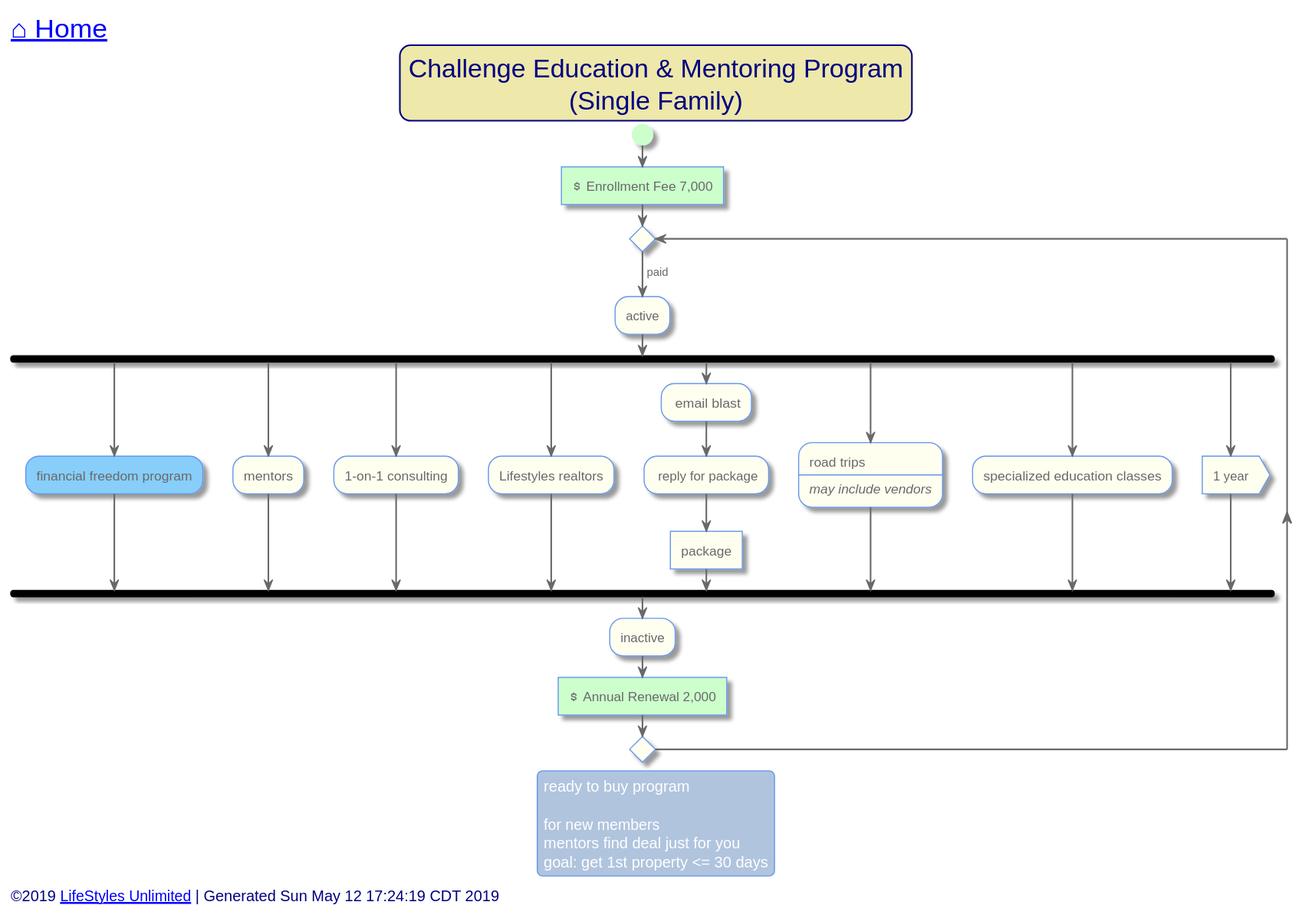
This is out/src/single-family/challenge-program.svg from toddmo/lifestylesunlimited, a PlantUML export, as it was before one commit.
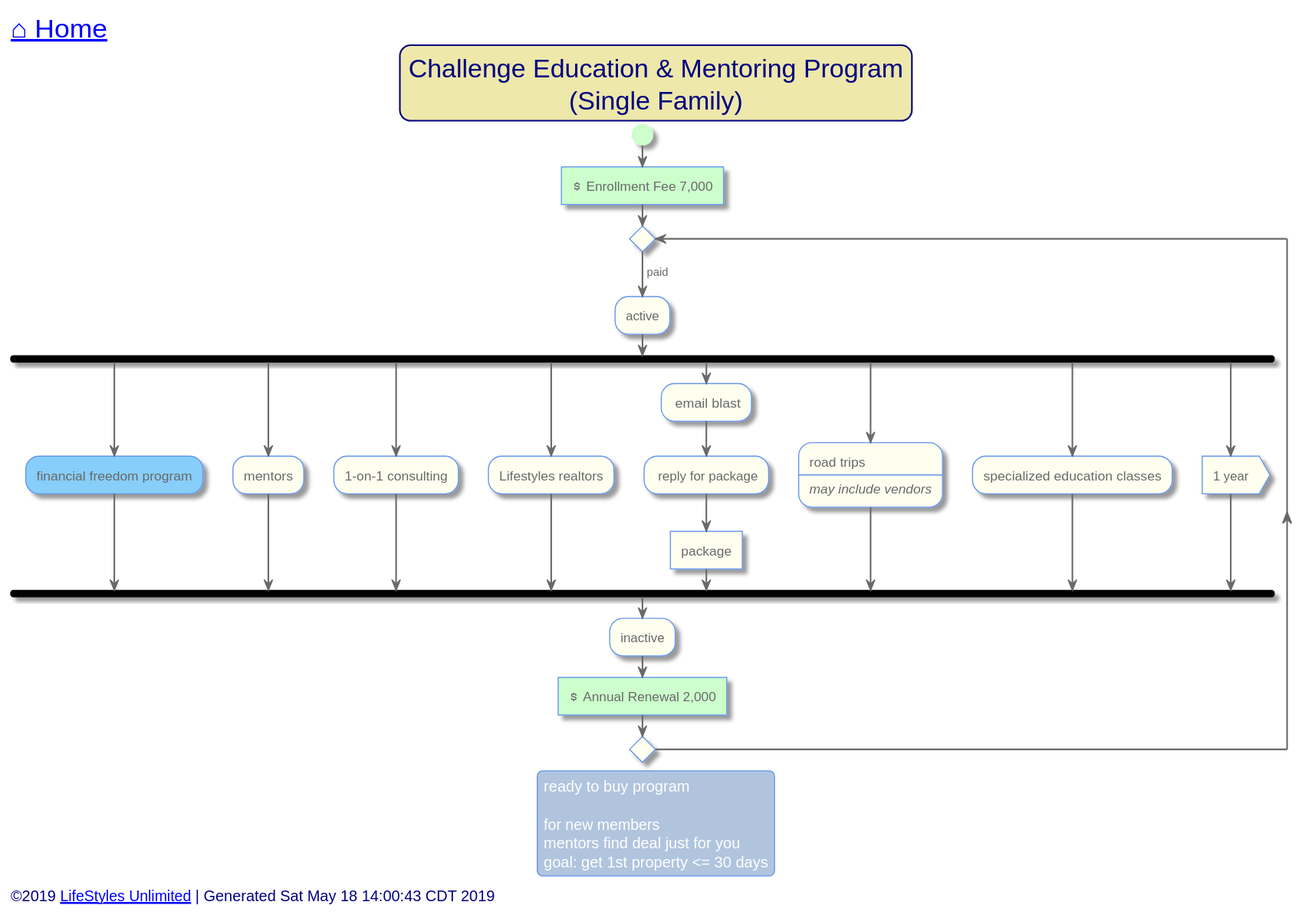
Later version of the same file.

What changed in the source:
```diff
@@ -127,7 +127,7 @@
 
 
 left footer
-	<font size=14>©2019 [[http://www.lifestylesunlimited.com LifeStyles Unlimited]] | Generated Sun May 12 17:24:19 CDT 2019</font>
+	<font size=14>©2019 [[http://www.lifestylesunlimited.com LifeStyles Unlimited]] | Generated Sat May 18 14:00:43 CDT 2019</font>
 endfooter
 
 
```
